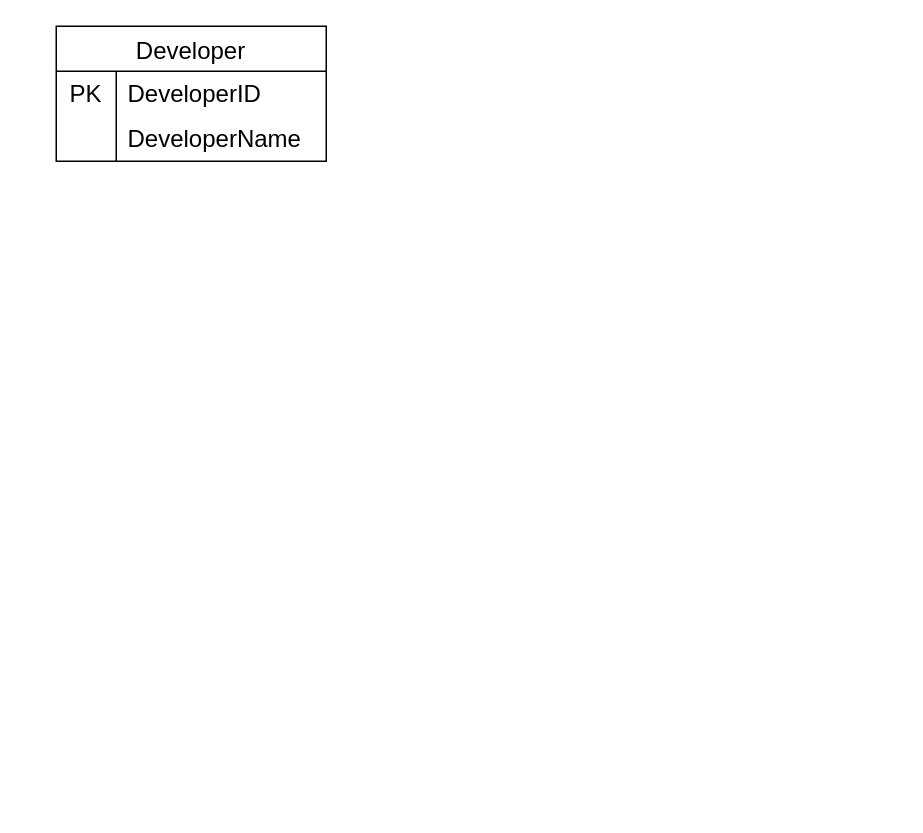
nummy/top keeps this draw.io diagram as Untitled Diagram.drawio. Above is the earlier version. Source tidied: cells renumbered, new cells numbered last; positions are measured from the earlier drawing's top-left corner, leaving out a move shared by most shapes. Both pictures are drawn from the tidied source at 150%, with x=0, y=0 at pixel (56, 26).
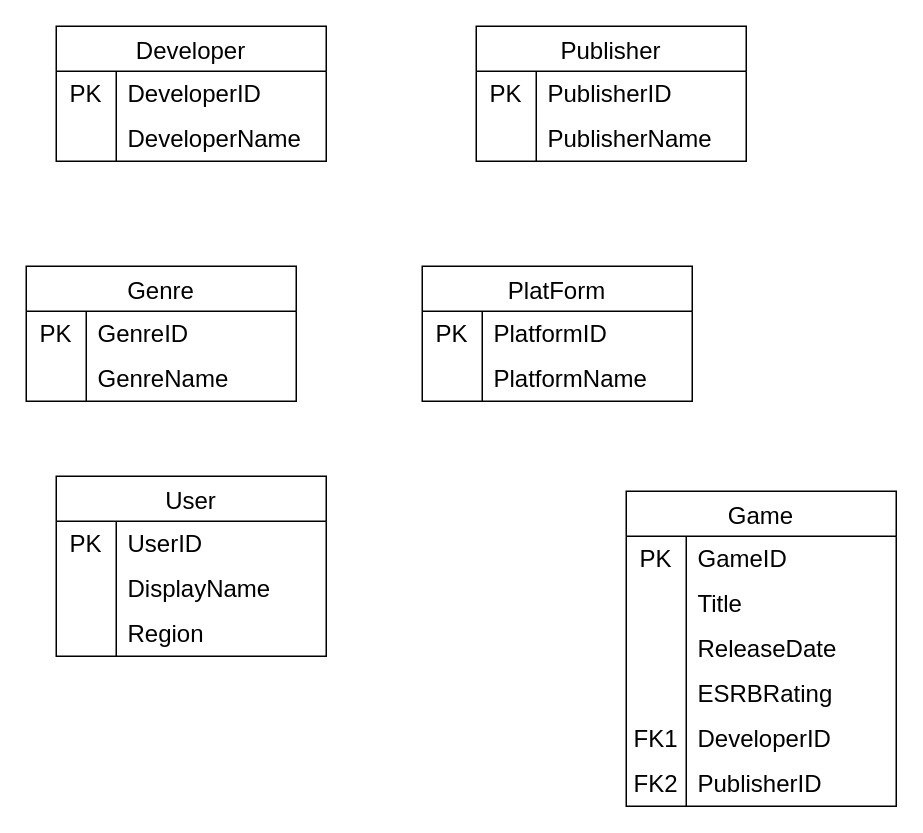
The same diagram, later.

What changed in the source:
```diff
@@
+    <mxCell id="10" value="Publisher" style="shape=table;startSize=30;childLayout=tableLayout;rowLines=0;fontStyle=0;strokeColor=default;fontSize=16;" parent="1" vertex="1">
+      <mxGeometry x="280" width="180" height="90" as="geometry" />
+    </mxCell>
+    <mxCell id="11" style="shape=tableRow;horizontal=0;startSize=0;swimlaneHead=0;swimlaneBody=0;top=0;left=0;bottom=0;right=0;fillColor=none;strokeColor=inherit;fontSize=16;" parent="10" vertex="1">
+      <mxGeometry y="30" width="180" height="30" as="geometry" />
+    </mxCell>
+    <mxCell id="12" value="PK" style="shape=partialRectangle;html=1;whiteSpace=wrap;fillColor=none;top=0;left=0;bottom=0;right=0;overflow=hidden;strokeColor=inherit;fontSize=16;" parent="11" vertex="1">
+      <mxGeometry width="40" height="30" as="geometry" />
+    </mxCell>
+    <mxCell id="13" value="PublisherID" style="shape=partialRectangle;html=1;whiteSpace=wrap;fillColor=none;top=0;left=0;bottom=0;right=0;align=left;spacingLeft=6;overflow=hidden;strokeColor=inherit;fontSize=16;" parent="11" vertex="1">
+      <mxGeometry x="40" width="140" height="30" as="geometry" />
+    </mxCell>
+    <mxCell id="14" style="shape=tableRow;horizontal=0;startSize=0;swimlaneHead=0;swimlaneBody=0;top=0;left=0;bottom=0;right=0;fillColor=none;strokeColor=inherit;fontSize=16;" parent="10" vertex="1">
+      <mxGeometry y="60" width="180" height="30" as="geometry" />
+    </mxCell>
+    <mxCell id="15" style="shape=partialRectangle;html=1;whiteSpace=wrap;fillColor=none;top=0;left=0;bottom=0;right=0;overflow=hidden;strokeColor=inherit;fontSize=16;" parent="14" vertex="1">
+      <mxGeometry width="40" height="30" as="geometry" />
+    </mxCell>
+    <mxCell id="16" value="PublisherName" style="shape=partialRectangle;html=1;whiteSpace=wrap;fillColor=none;top=0;left=0;bottom=0;right=0;align=left;spacingLeft=6;overflow=hidden;strokeColor=inherit;fontSize=16;" parent="14" vertex="1">
+      <mxGeometry x="40" width="140" height="30" as="geometry" />
+    </mxCell>
+    <mxCell id="17" value="Genre" style="shape=table;startSize=30;childLayout=tableLayout;rowLines=0;fontStyle=0;strokeColor=default;fontSize=16;" parent="1" vertex="1">
+      <mxGeometry x="-20" y="160" width="180" height="90" as="geometry" />
+    </mxCell>
+    <mxCell id="18" style="shape=tableRow;horizontal=0;startSize=0;swimlaneHead=0;swimlaneBody=0;top=0;left=0;bottom=0;right=0;fillColor=none;strokeColor=inherit;fontSize=16;" parent="17" vertex="1">
+      <mxGeometry y="30" width="180" height="30" as="geometry" />
+    </mxCell>
+    <mxCell id="19" value="PK" style="shape=partialRectangle;html=1;whiteSpace=wrap;fillColor=none;top=0;left=0;bottom=0;right=0;overflow=hidden;strokeColor=inherit;fontSize=16;" parent="18" vertex="1">
+      <mxGeometry width="40" height="30" as="geometry" />
+    </mxCell>
+    <mxCell id="20" value="GenreID" style="shape=partialRectangle;html=1;whiteSpace=wrap;fillColor=none;top=0;left=0;bottom=0;right=0;align=left;spacingLeft=6;overflow=hidden;strokeColor=inherit;fontSize=16;" parent="18" vertex="1">
+      <mxGeometry x="40" width="140" height="30" as="geometry" />
+    </mxCell>
+    <mxCell id="21" style="shape=tableRow;horizontal=0;startSize=0;swimlaneHead=0;swimlaneBody=0;top=0;left=0;bottom=0;right=0;fillColor=none;strokeColor=inherit;fontSize=16;" parent="17" vertex="1">
+      <mxGeometry y="60" width="180" height="30" as="geometry" />
+    </mxCell>
+    <mxCell id="22" style="shape=partialRectangle;html=1;whiteSpace=wrap;fillColor=none;top=0;left=0;bottom=0;right=0;overflow=hidden;strokeColor=inherit;fontSize=16;" parent="21" vertex="1">
+      <mxGeometry width="40" height="30" as="geometry" />
+    </mxCell>
+    <mxCell id="23" value="GenreName" style="shape=partialRectangle;html=1;whiteSpace=wrap;fillColor=none;top=0;left=0;bottom=0;right=0;align=left;spacingLeft=6;overflow=hidden;strokeColor=inherit;fontSize=16;" parent="21" vertex="1">
+      <mxGeometry x="40" width="140" height="30" as="geometry" />
+    </mxCell>
+    <mxCell id="24" value="PlatForm" style="shape=table;startSize=30;childLayout=tableLayout;rowLines=0;fontStyle=0;strokeColor=default;fontSize=16;" parent="1" vertex="1">
+      <mxGeometry x="244" y="160" width="180" height="90" as="geometry" />
+    </mxCell>
+    <mxCell id="25" style="shape=tableRow;horizontal=0;startSize=0;swimlaneHead=0;swimlaneBody=0;top=0;left=0;bottom=0;right=0;fillColor=none;strokeColor=inherit;fontSize=16;" parent="24" vertex="1">
+      <mxGeometry y="30" width="180" height="30" as="geometry" />
+    </mxCell>
+    <mxCell id="26" value="PK" style="shape=partialRectangle;html=1;whiteSpace=wrap;fillColor=none;top=0;left=0;bottom=0;right=0;overflow=hidden;strokeColor=inherit;fontSize=16;" parent="25" vertex="1">
+      <mxGeometry width="40" height="30" as="geometry" />
+    </mxCell>
+    <mxCell id="27" value="PlatformID" style="shape=partialRectangle;html=1;whiteSpace=wrap;fillColor=none;top=0;left=0;bottom=0;right=0;align=left;spacingLeft=6;overflow=hidden;strokeColor=inherit;fontSize=16;" parent="25" vertex="1">
+      <mxGeometry x="40" width="140" height="30" as="geometry" />
+    </mxCell>
+    <mxCell id="28" style="shape=tableRow;horizontal=0;startSize=0;swimlaneHead=0;swimlaneBody=0;top=0;left=0;bottom=0;right=0;fillColor=none;strokeColor=inherit;fontSize=16;" parent="24" vertex="1">
+      <mxGeometry y="60" width="180" height="30" as="geometry" />
+    </mxCell>
+    <mxCell id="29" style="shape=partialRectangle;html=1;whiteSpace=wrap;fillColor=none;top=0;left=0;bottom=0;right=0;overflow=hidden;strokeColor=inherit;fontSize=16;" parent="28" vertex="1">
+      <mxGeometry width="40" height="30" as="geometry" />
+    </mxCell>
+    <mxCell id="30" value="PlatformName" style="shape=partialRectangle;html=1;whiteSpace=wrap;fillColor=none;top=0;left=0;bottom=0;right=0;align=left;spacingLeft=6;overflow=hidden;strokeColor=inherit;fontSize=16;" parent="28" vertex="1">
+      <mxGeometry x="40" width="140" height="30" as="geometry" />
+    </mxCell>
+    <mxCell id="31" value="User" style="shape=table;startSize=30;childLayout=tableLayout;rowLines=0;fontStyle=0;strokeColor=default;fontSize=16;" parent="1" vertex="1">
+      <mxGeometry y="300" width="180" height="120" as="geometry" />
+    </mxCell>
+    <mxCell id="32" style="shape=tableRow;horizontal=0;startSize=0;swimlaneHead=0;swimlaneBody=0;top=0;left=0;bottom=0;right=0;fillColor=none;strokeColor=inherit;fontSize=16;" parent="31" vertex="1">
+      <mxGeometry y="30" width="180" height="30" as="geometry" />
+    </mxCell>
+    <mxCell id="33" value="PK" style="shape=partialRectangle;html=1;whiteSpace=wrap;fillColor=none;top=0;left=0;bottom=0;right=0;overflow=hidden;strokeColor=inherit;fontSize=16;" parent="32" vertex="1">
+      <mxGeometry width="40" height="30" as="geometry" />
+    </mxCell>
+    <mxCell id="34" value="UserID" style="shape=partialRectangle;html=1;whiteSpace=wrap;fillColor=none;top=0;left=0;bottom=0;right=0;align=left;spacingLeft=6;overflow=hidden;strokeColor=inherit;fontSize=16;" parent="32" vertex="1">
+      <mxGeometry x="40" width="140" height="30" as="geometry" />
+    </mxCell>
+    <mxCell id="35" style="shape=tableRow;horizontal=0;startSize=0;swimlaneHead=0;swimlaneBody=0;top=0;left=0;bottom=0;right=0;fillColor=none;strokeColor=inherit;fontSize=16;" parent="31" vertex="1">
+      <mxGeometry y="60" width="180" height="30" as="geometry" />
+    </mxCell>
+    <mxCell id="36" style="shape=partialRectangle;html=1;whiteSpace=wrap;fillColor=none;top=0;left=0;bottom=0;right=0;overflow=hidden;strokeColor=inherit;fontSize=16;" parent="35" vertex="1">
+      <mxGeometry width="40" height="30" as="geometry" />
+    </mxCell>
+    <mxCell id="37" value="DisplayName" style="shape=partialRectangle;html=1;whiteSpace=wrap;fillColor=none;top=0;left=0;bottom=0;right=0;align=left;spacingLeft=6;overflow=hidden;strokeColor=inherit;fontSize=16;" parent="35" vertex="1">
+      <mxGeometry x="40" width="140" height="30" as="geometry" />
+    </mxCell>
+    <mxCell id="38" style="shape=tableRow;horizontal=0;startSize=0;swimlaneHead=0;swimlaneBody=0;top=0;left=0;bottom=0;right=0;fillColor=none;strokeColor=inherit;fontSize=16;" parent="31" vertex="1">
+      <mxGeometry y="90" width="180" height="30" as="geometry" />
+    </mxCell>
+    <mxCell id="39" style="shape=partialRectangle;html=1;whiteSpace=wrap;fillColor=none;top=0;left=0;bottom=0;right=0;overflow=hidden;strokeColor=inherit;fontSize=16;" parent="38" vertex="1">
+      <mxGeometry width="40" height="30" as="geometry" />
+    </mxCell>
+    <mxCell id="40" value="Region" style="shape=partialRectangle;html=1;whiteSpace=wrap;fillColor=none;top=0;left=0;bottom=0;right=0;align=left;spacingLeft=6;overflow=hidden;strokeColor=inherit;fontSize=16;" parent="38" vertex="1">
+      <mxGeometry x="40" width="140" height="30" as="geometry" />
+    </mxCell>
+    <mxCell id="41" value="Game" style="shape=table;startSize=30;childLayout=tableLayout;rowLines=0;fontStyle=0;strokeColor=default;fontSize=16;" parent="1" vertex="1">
+      <mxGeometry x="380" y="310" width="180" height="210" as="geometry" />
+    </mxCell>
+    <mxCell id="42" style="shape=tableRow;horizontal=0;startSize=0;swimlaneHead=0;swimlaneBody=0;top=0;left=0;bottom=0;right=0;fillColor=none;strokeColor=inherit;fontSize=16;" parent="41" vertex="1">
+      <mxGeometry y="30" width="180" height="30" as="geometry" />
+    </mxCell>
+    <mxCell id="43" value="PK" style="shape=partialRectangle;html=1;whiteSpace=wrap;fillColor=none;top=0;left=0;bottom=0;right=0;overflow=hidden;strokeColor=inherit;fontSize=16;" parent="42" vertex="1">
+      <mxGeometry width="40" height="30" as="geometry" />
+    </mxCell>
+    <mxCell id="44" value="GameID" style="shape=partialRectangle;html=1;whiteSpace=wrap;fillColor=none;top=0;left=0;bottom=0;right=0;align=left;spacingLeft=6;overflow=hidden;strokeColor=inherit;fontSize=16;" parent="42" vertex="1">
+      <mxGeometry x="40" width="140" height="30" as="geometry" />
+    </mxCell>
+    <mxCell id="45" style="shape=tableRow;horizontal=0;startSize=0;swimlaneHead=0;swimlaneBody=0;top=0;left=0;bottom=0;right=0;fillColor=none;strokeColor=inherit;fontSize=16;" parent="41" vertex="1">
+      <mxGeometry y="60" width="180" height="30" as="geometry" />
+    </mxCell>
+    <mxCell id="46" style="shape=partialRectangle;html=1;whiteSpace=wrap;fillColor=none;top=0;left=0;bottom=0;right=0;overflow=hidden;strokeColor=inherit;fontSize=16;" parent="45" vertex="1">
+      <mxGeometry width="40" height="30" as="geometry" />
+    </mxCell>
+    <mxCell id="47" value="Title" style="shape=partialRectangle;html=1;whiteSpace=wrap;fillColor=none;top=0;left=0;bottom=0;right=0;align=left;spacingLeft=6;overflow=hidden;strokeColor=inherit;fontSize=16;" parent="45" vertex="1">
+      <mxGeometry x="40" width="140" height="30" as="geometry" />
+    </mxCell>
+    <mxCell id="48" style="shape=tableRow;horizontal=0;startSize=0;swimlaneHead=0;swimlaneBody=0;top=0;left=0;bottom=0;right=0;fillColor=none;strokeColor=inherit;fontSize=16;" parent="41" vertex="1">
+      <mxGeometry y="90" width="180" height="30" as="geometry" />
+    </mxCell>
+    <mxCell id="49" style="shape=partialRectangle;html=1;whiteSpace=wrap;fillColor=none;top=0;left=0;bottom=0;right=0;overflow=hidden;strokeColor=inherit;fontSize=16;" parent="48" vertex="1">
+      <mxGeometry width="40" height="30" as="geometry" />
+    </mxCell>
+    <mxCell id="50" value="ReleaseDate" style="shape=partialRectangle;html=1;whiteSpace=wrap;fillColor=none;top=0;left=0;bottom=0;right=0;align=left;spacingLeft=6;overflow=hidden;strokeColor=inherit;fontSize=16;" parent="48" vertex="1">
+      <mxGeometry x="40" width="140" height="30" as="geometry" />
+    </mxCell>
+    <mxCell id="51" style="shape=tableRow;horizontal=0;startSize=0;swimlaneHead=0;swimlaneBody=0;top=0;left=0;bottom=0;right=0;fillColor=none;strokeColor=inherit;fontSize=16;" parent="41" vertex="1">
+      <mxGeometry y="120" width="180" height="30" as="geometry" />
+    </mxCell>
+    <mxCell id="52" style="shape=partialRectangle;html=1;whiteSpace=wrap;fillColor=none;top=0;left=0;bottom=0;right=0;overflow=hidden;strokeColor=inherit;fontSize=16;" parent="51" vertex="1">
+      <mxGeometry width="40" height="30" as="geometry" />
+    </mxCell>
+    <mxCell id="53" value="ESRBRating" style="shape=partialRectangle;html=1;whiteSpace=wrap;fillColor=none;top=0;left=0;bottom=0;right=0;align=left;spacingLeft=6;overflow=hidden;strokeColor=inherit;fontSize=16;" parent="51" vertex="1">
+      <mxGeometry x="40" width="140" height="30" as="geometry" />
+    </mxCell>
+    <mxCell id="54" style="shape=tableRow;horizontal=0;startSize=0;swimlaneHead=0;swimlaneBody=0;top=0;left=0;bottom=0;right=0;fillColor=none;strokeColor=inherit;fontSize=16;" parent="41" vertex="1">
+      <mxGeometry y="150" width="180" height="30" as="geometry" />
+    </mxCell>
+    <mxCell id="55" value="FK1" style="shape=partialRectangle;html=1;whiteSpace=wrap;fillColor=none;top=0;left=0;bottom=0;right=0;overflow=hidden;strokeColor=inherit;fontSize=16;" parent="54" vertex="1">
+      <mxGeometry width="40" height="30" as="geometry" />
+    </mxCell>
+    <mxCell id="56" value="DeveloperID" style="shape=partialRectangle;html=1;whiteSpace=wrap;fillColor=none;top=0;left=0;bottom=0;right=0;align=left;spacingLeft=6;overflow=hidden;strokeColor=inherit;fontSize=16;" parent="54" vertex="1">
+      <mxGeometry x="40" width="140" height="30" as="geometry" />
+    </mxCell>
+    <mxCell id="57" style="shape=tableRow;horizontal=0;startSize=0;swimlaneHead=0;swimlaneBody=0;top=0;left=0;bottom=0;right=0;fillColor=none;strokeColor=inherit;fontSize=16;" parent="41" vertex="1">
+      <mxGeometry y="180" width="180" height="30" as="geometry" />
+    </mxCell>
+    <mxCell id="58" value="FK2" style="shape=partialRectangle;html=1;whiteSpace=wrap;fillColor=none;top=0;left=0;bottom=0;right=0;overflow=hidden;strokeColor=inherit;fontSize=16;" parent="57" vertex="1">
+      <mxGeometry width="40" height="30" as="geometry" />
+    </mxCell>
+    <mxCell id="59" value="PublisherID" style="shape=partialRectangle;html=1;whiteSpace=wrap;fillColor=none;top=0;left=0;bottom=0;right=0;align=left;spacingLeft=6;overflow=hidden;strokeColor=inherit;fontSize=16;" parent="57" vertex="1">
+      <mxGeometry x="40" width="140" height="30" as="geometry" />
+    </mxCell>
```
